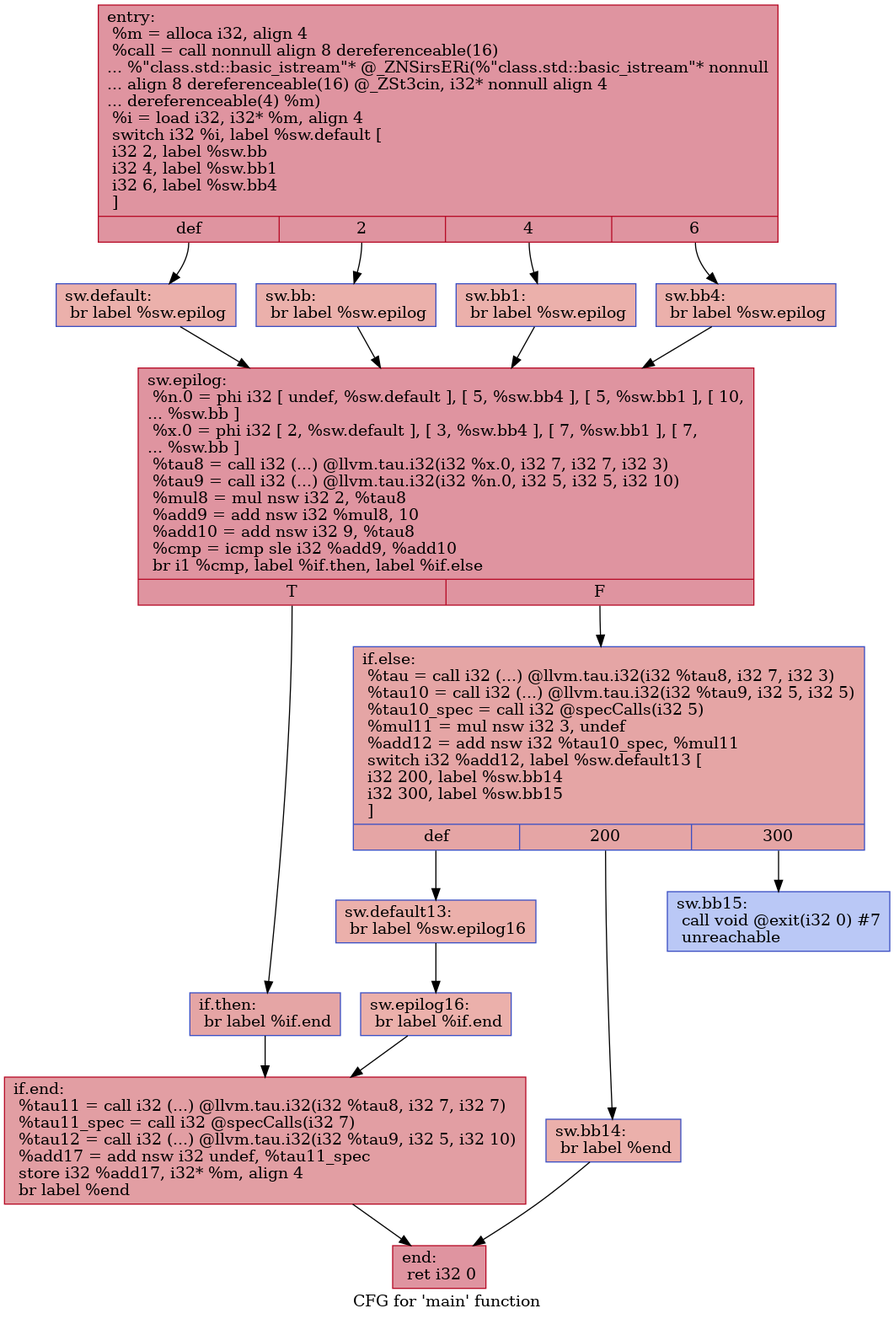
Above: IR/cfg/specSCCP_HPSSA.dot.png in HPSSA-LLVM/HPSSA-LLVM (Graphviz), before the change. Its source is kept beside it as IR/cfg/specSCCP_HPSSA.dot.
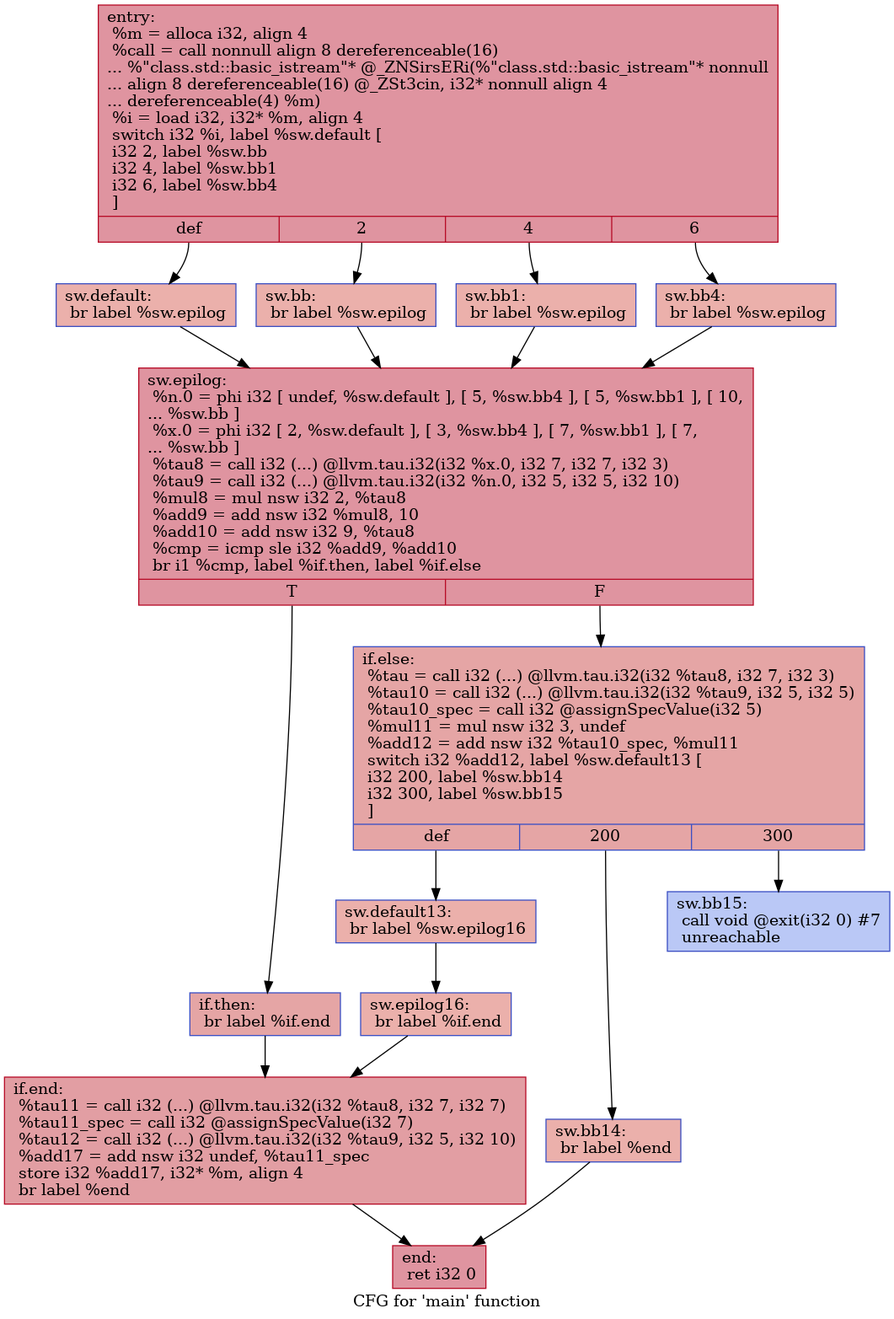
After the change.

Change to the diagram source:
```diff
@@ -1,36 +1,36 @@
 digraph "CFG for 'main' function" {
 	label="CFG for 'main' function";
 
-	Node0x564486306240 [shape=record,color="#b70d28ff", style=filled, fillcolor="#b70d2870",label="{entry:\l  %m = alloca i32, align 4\l  %call = call nonnull align 8 dereferenceable(16)\l... %\"class.std::basic_istream\"* @_ZNSirsERi(%\"class.std::basic_istream\"* nonnull\l... align 8 dereferenceable(16) @_ZSt3cin, i32* nonnull align 4\l... dereferenceable(4) %m)\l  %i = load i32, i32* %m, align 4\l  switch i32 %i, label %sw.default [\l    i32 2, label %sw.bb\l    i32 4, label %sw.bb1\l    i32 6, label %sw.bb4\l  ]\l|{<s0>def|<s1>2|<s2>4|<s3>6}}"];
-	Node0x564486306240:s0 -> Node0x564486306680;
-	Node0x564486306240:s1 -> Node0x564486306790;
-	Node0x564486306240:s2 -> Node0x564486306890;
-	Node0x564486306240:s3 -> Node0x564486306990;
-	Node0x564486306790 [shape=record,color="#3d50c3ff", style=filled, fillcolor="#d24b4070",label="{sw.bb:                                            \l  br label %sw.epilog\l}"];
-	Node0x564486306790 -> Node0x564486306ab0;
-	Node0x564486306890 [shape=record,color="#3d50c3ff", style=filled, fillcolor="#d24b4070",label="{sw.bb1:                                           \l  br label %sw.epilog\l}"];
-	Node0x564486306890 -> Node0x564486306ab0;
-	Node0x564486306990 [shape=record,color="#3d50c3ff", style=filled, fillcolor="#d24b4070",label="{sw.bb4:                                           \l  br label %sw.epilog\l}"];
-	Node0x564486306990 -> Node0x564486306ab0;
-	Node0x564486306680 [shape=record,color="#3d50c3ff", style=filled, fillcolor="#d24b4070",label="{sw.default:                                       \l  br label %sw.epilog\l}"];
-	Node0x564486306680 -> Node0x564486306ab0;
-	Node0x564486306ab0 [shape=record,color="#b70d28ff", style=filled, fillcolor="#b70d2870",label="{sw.epilog:                                        \l  %n.0 = phi i32 [ undef, %sw.default ], [ 5, %sw.bb4 ], [ 5, %sw.bb1 ], [ 10,\l... %sw.bb ]\l  %x.0 = phi i32 [ 2, %sw.default ], [ 3, %sw.bb4 ], [ 7, %sw.bb1 ], [ 7,\l... %sw.bb ]\l  %tau8 = call i32 (...) @llvm.tau.i32(i32 %x.0, i32 7, i32 7, i32 3)\l  %tau9 = call i32 (...) @llvm.tau.i32(i32 %n.0, i32 5, i32 5, i32 10)\l  %mul8 = mul nsw i32 2, %tau8\l  %add9 = add nsw i32 %mul8, 10\l  %add10 = add nsw i32 9, %tau8\l  %cmp = icmp sle i32 %add9, %add10\l  br i1 %cmp, label %if.then, label %if.else\l|{<s0>T|<s1>F}}"];
-	Node0x564486306ab0:s0 -> Node0x564486307c50;
-	Node0x564486306ab0:s1 -> Node0x564486307cc0;
-	Node0x564486307c50 [shape=record,color="#3d50c3ff", style=filled, fillcolor="#c5333470",label="{if.then:                                          \l  br label %if.end\l}"];
-	Node0x564486307c50 -> Node0x564486307de0;
-	Node0x564486307cc0 [shape=record,color="#3d50c3ff", style=filled, fillcolor="#c5333470",label="{if.else:                                          \l  %tau = call i32 (...) @llvm.tau.i32(i32 %tau8, i32 7, i32 3)\l  %tau10 = call i32 (...) @llvm.tau.i32(i32 %tau9, i32 5, i32 5)\l  %tau10_spec = call i32 @specCalls(i32 5)\l  %mul11 = mul nsw i32 3, undef\l  %add12 = add nsw i32 %tau10_spec, %mul11\l  switch i32 %add12, label %sw.default13 [\l    i32 200, label %sw.bb14\l    i32 300, label %sw.bb15\l  ]\l|{<s0>def|<s1>200|<s2>300}}"];
-	Node0x564486307cc0:s0 -> Node0x564486308600;
-	Node0x564486307cc0:s1 -> Node0x5644863086b0;
-	Node0x564486307cc0:s2 -> Node0x5644863087b0;
-	Node0x564486308600 [shape=record,color="#3d50c3ff", style=filled, fillcolor="#d24b4070",label="{sw.default13:                                     \l  br label %sw.epilog16\l}"];
-	Node0x564486308600 -> Node0x5644863089a0;
-	Node0x5644863086b0 [shape=record,color="#3d50c3ff", style=filled, fillcolor="#d24b4070",label="{sw.bb14:                                          \l  br label %end\l}"];
-	Node0x5644863086b0 -> Node0x564486308a90;
-	Node0x5644863087b0 [shape=record,color="#3d50c3ff", style=filled, fillcolor="#6282ea70",label="{sw.bb15:                                          \l  call void @exit(i32 0) #7\l  unreachable\l}"];
-	Node0x5644863089a0 [shape=record,color="#3d50c3ff", style=filled, fillcolor="#d24b4070",label="{sw.epilog16:                                      \l  br label %if.end\l}"];
-	Node0x5644863089a0 -> Node0x564486307de0;
-	Node0x564486307de0 [shape=record,color="#b70d28ff", style=filled, fillcolor="#be242e70",label="{if.end:                                           \l  %tau11 = call i32 (...) @llvm.tau.i32(i32 %tau8, i32 7, i32 7)\l  %tau11_spec = call i32 @specCalls(i32 7)\l  %tau12 = call i32 (...) @llvm.tau.i32(i32 %tau9, i32 5, i32 10)\l  %add17 = add nsw i32 undef, %tau11_spec\l  store i32 %add17, i32* %m, align 4\l  br label %end\l}"];
-	Node0x564486307de0 -> Node0x564486308a90;
-	Node0x564486308a90 [shape=record,color="#b70d28ff", style=filled, fillcolor="#b70d2870",label="{end:                                              \l  ret i32 0\l}"];
+	Node0x55fcf3085da0 [shape=record,color="#b70d28ff", style=filled, fillcolor="#b70d2870",label="{entry:\l  %m = alloca i32, align 4\l  %call = call nonnull align 8 dereferenceable(16)\l... %\"class.std::basic_istream\"* @_ZNSirsERi(%\"class.std::basic_istream\"* nonnull\l... align 8 dereferenceable(16) @_ZSt3cin, i32* nonnull align 4\l... dereferenceable(4) %m)\l  %i = load i32, i32* %m, align 4\l  switch i32 %i, label %sw.default [\l    i32 2, label %sw.bb\l    i32 4, label %sw.bb1\l    i32 6, label %sw.bb4\l  ]\l|{<s0>def|<s1>2|<s2>4|<s3>6}}"];
+	Node0x55fcf3085da0:s0 -> Node0x55fcf3086210;
+	Node0x55fcf3085da0:s1 -> Node0x55fcf3086320;
+	Node0x55fcf3085da0:s2 -> Node0x55fcf3086420;
+	Node0x55fcf3085da0:s3 -> Node0x55fcf3086520;
+	Node0x55fcf3086320 [shape=record,color="#3d50c3ff", style=filled, fillcolor="#d24b4070",label="{sw.bb:                                            \l  br label %sw.epilog\l}"];
+	Node0x55fcf3086320 -> Node0x55fcf3086640;
+	Node0x55fcf3086420 [shape=record,color="#3d50c3ff", style=filled, fillcolor="#d24b4070",label="{sw.bb1:                                           \l  br label %sw.epilog\l}"];
+	Node0x55fcf3086420 -> Node0x55fcf3086640;
+	Node0x55fcf3086520 [shape=record,color="#3d50c3ff", style=filled, fillcolor="#d24b4070",label="{sw.bb4:                                           \l  br label %sw.epilog\l}"];
+	Node0x55fcf3086520 -> Node0x55fcf3086640;
+	Node0x55fcf3086210 [shape=record,color="#3d50c3ff", style=filled, fillcolor="#d24b4070",label="{sw.default:                                       \l  br label %sw.epilog\l}"];
+	Node0x55fcf3086210 -> Node0x55fcf3086640;
+	Node0x55fcf3086640 [shape=record,color="#b70d28ff", style=filled, fillcolor="#b70d2870",label="{sw.epilog:                                        \l  %n.0 = phi i32 [ undef, %sw.default ], [ 5, %sw.bb4 ], [ 5, %sw.bb1 ], [ 10,\l... %sw.bb ]\l  %x.0 = phi i32 [ 2, %sw.default ], [ 3, %sw.bb4 ], [ 7, %sw.bb1 ], [ 7,\l... %sw.bb ]\l  %tau8 = call i32 (...) @llvm.tau.i32(i32 %x.0, i32 7, i32 7, i32 3)\l  %tau9 = call i32 (...) @llvm.tau.i32(i32 %n.0, i32 5, i32 5, i32 10)\l  %mul8 = mul nsw i32 2, %tau8\l  %add9 = add nsw i32 %mul8, 10\l  %add10 = add nsw i32 9, %tau8\l  %cmp = icmp sle i32 %add9, %add10\l  br i1 %cmp, label %if.then, label %if.else\l|{<s0>T|<s1>F}}"];
+	Node0x55fcf3086640:s0 -> Node0x55fcf3087810;
+	Node0x55fcf3086640:s1 -> Node0x55fcf3087880;
+	Node0x55fcf3087810 [shape=record,color="#3d50c3ff", style=filled, fillcolor="#c5333470",label="{if.then:                                          \l  br label %if.end\l}"];
+	Node0x55fcf3087810 -> Node0x55fcf30879a0;
+	Node0x55fcf3087880 [shape=record,color="#3d50c3ff", style=filled, fillcolor="#c5333470",label="{if.else:                                          \l  %tau = call i32 (...) @llvm.tau.i32(i32 %tau8, i32 7, i32 3)\l  %tau10 = call i32 (...) @llvm.tau.i32(i32 %tau9, i32 5, i32 5)\l  %tau10_spec = call i32 @assignSpecValue(i32 5)\l  %mul11 = mul nsw i32 3, undef\l  %add12 = add nsw i32 %tau10_spec, %mul11\l  switch i32 %add12, label %sw.default13 [\l    i32 200, label %sw.bb14\l    i32 300, label %sw.bb15\l  ]\l|{<s0>def|<s1>200|<s2>300}}"];
+	Node0x55fcf3087880:s0 -> Node0x55fcf3088390;
+	Node0x55fcf3087880:s1 -> Node0x55fcf30884a0;
+	Node0x55fcf3087880:s2 -> Node0x55fcf30885a0;
+	Node0x55fcf3088390 [shape=record,color="#3d50c3ff", style=filled, fillcolor="#d24b4070",label="{sw.default13:                                     \l  br label %sw.epilog16\l}"];
+	Node0x55fcf3088390 -> Node0x55fcf3088790;
+	Node0x55fcf30884a0 [shape=record,color="#3d50c3ff", style=filled, fillcolor="#d24b4070",label="{sw.bb14:                                          \l  br label %end\l}"];
+	Node0x55fcf30884a0 -> Node0x55fcf3088880;
+	Node0x55fcf30885a0 [shape=record,color="#3d50c3ff", style=filled, fillcolor="#6282ea70",label="{sw.bb15:                                          \l  call void @exit(i32 0) #7\l  unreachable\l}"];
+	Node0x55fcf3088790 [shape=record,color="#3d50c3ff", style=filled, fillcolor="#d24b4070",label="{sw.epilog16:                                      \l  br label %if.end\l}"];
+	Node0x55fcf3088790 -> Node0x55fcf30879a0;
+	Node0x55fcf30879a0 [shape=record,color="#b70d28ff", style=filled, fillcolor="#be242e70",label="{if.end:                                           \l  %tau11 = call i32 (...) @llvm.tau.i32(i32 %tau8, i32 7, i32 7)\l  %tau11_spec = call i32 @assignSpecValue(i32 7)\l  %tau12 = call i32 (...) @llvm.tau.i32(i32 %tau9, i32 5, i32 10)\l  %add17 = add nsw i32 undef, %tau11_spec\l  store i32 %add17, i32* %m, align 4\l  br label %end\l}"];
+	Node0x55fcf30879a0 -> Node0x55fcf3088880;
+	Node0x55fcf3088880 [shape=record,color="#b70d28ff", style=filled, fillcolor="#b70d2870",label="{end:                                              \l  ret i32 0\l}"];
 }
```
